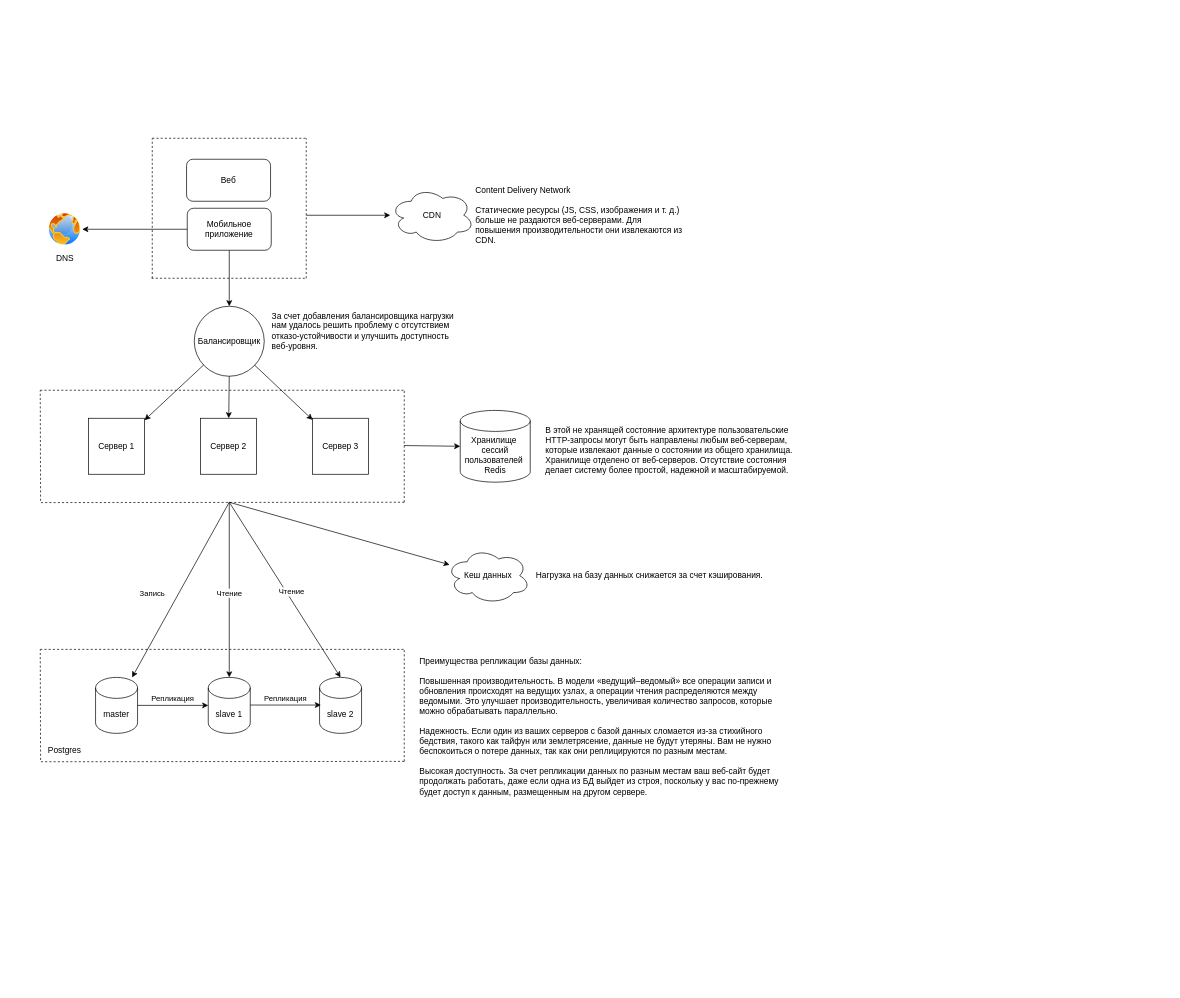
agorinenko/system-design-interview keeps this draw.io diagram as basic_architecture.drawio. Above is the earlier version. Source tidied: cells renumbered, new cells numbered last; positions are measured from the earlier drawing's top-left corner, leaving out a move shared by most shapes. Both pictures are drawn from the tidied source at 70%, with x=0, y=0 at pixel (40, 138). Pictures stored in the file or linked from it are replaced by grey dashed boxes.
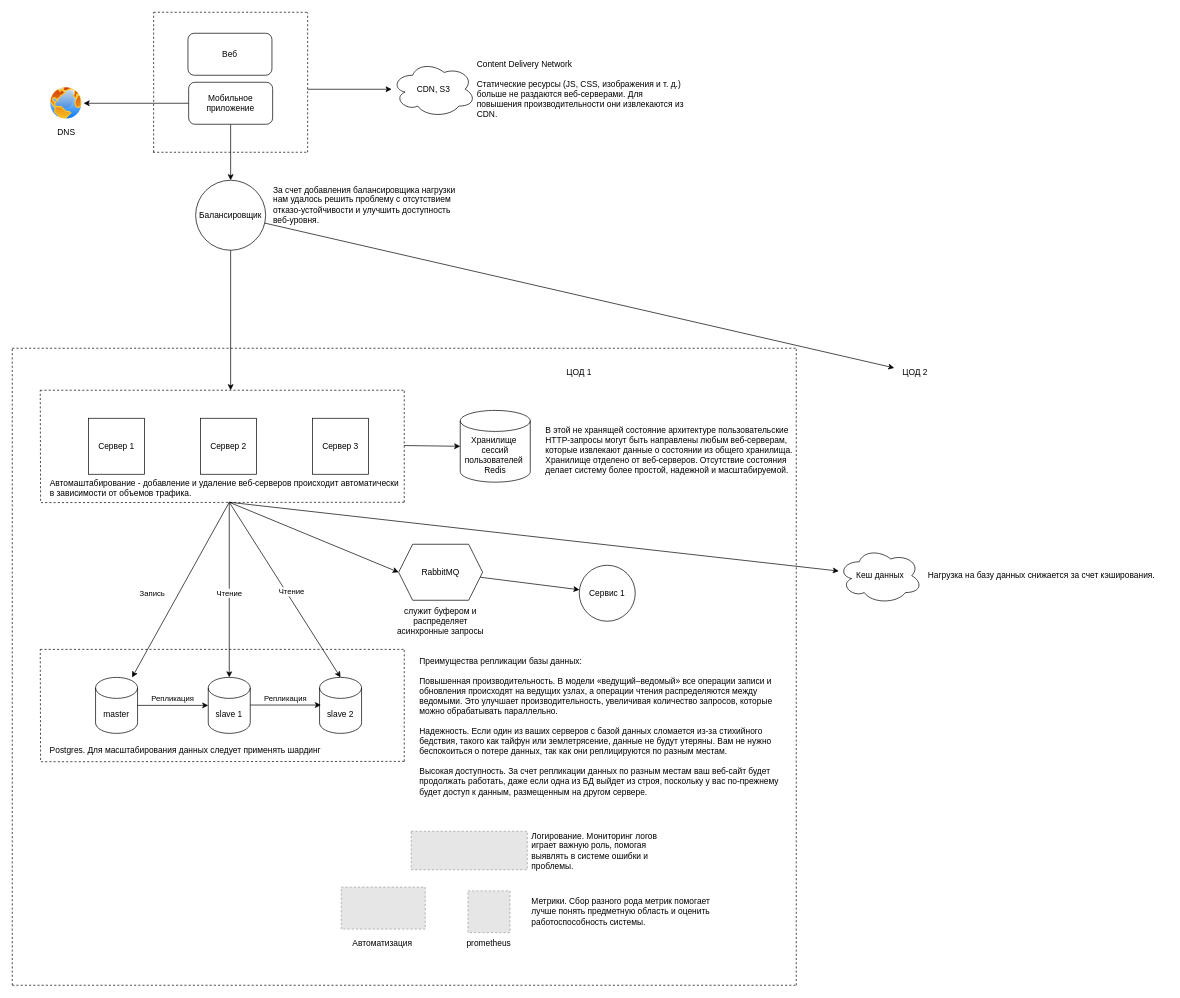
The same diagram, later.

The change refers to these unchanged cells:
```xml
<mxCell id="7" value="Сервер 1" style="whiteSpace=wrap;html=1;" parent="1" vertex="1">
  <mxGeometry x="69" y="400" width="80" height="80" as="geometry" />
</mxCell>
<mxCell id="9" value="Сервер 2" style="whiteSpace=wrap;html=1;" parent="1" vertex="1">
  <mxGeometry x="229" y="400" width="80" height="80" as="geometry" />
</mxCell>
<mxCell id="10" value="Сервер 3" style="whiteSpace=wrap;html=1;" parent="1" vertex="1">
  <mxGeometry x="389" y="400" width="80" height="80" as="geometry" />
</mxCell>
```

Change to the diagram source:
```diff
@@
     <mxCell id="2" value="DNS" style="image;perimeter=ellipsePerimeter;html=1;align=center;shadow=0;dashed=0;spacingTop=3;image=img/lib/active_directory/internet_globe.svg;" parent="1" vertex="1">
-      <mxGeometry x="10" y="105" width="50" height="50" as="geometry" />
+      <mxGeometry x="12" y="-75" width="50" height="50" as="geometry" />
     </mxCell>
@@
     <mxCell id="4" value="Балансировщик" style="ellipse;whiteSpace=wrap;html=1;" parent="1" vertex="1">
-      <mxGeometry x="220" y="240" width="100" height="100" as="geometry" />
+      <mxGeometry x="222" y="60" width="100" height="100" as="geometry" />
     </mxCell>
@@
     <mxCell id="6" value="Мобильное приложение" style="rounded=1;whiteSpace=wrap;html=1;" parent="1" vertex="1">
-      <mxGeometry x="210" y="100" width="120" height="60" as="geometry" />
+      <mxGeometry x="212" y="-80" width="120" height="60" as="geometry" />
     </mxCell>
@@
     <mxCell id="8" value="Веб" style="rounded=1;whiteSpace=wrap;html=1;" parent="1" vertex="1">
-      <mxGeometry x="209" y="30" width="120" height="60" as="geometry" />
+      <mxGeometry x="211" y="-150" width="120" height="60" as="geometry" />
     </mxCell>
@@
     <mxCell id="11" value="За счет добавления балансировщика нагрузки нам удалось решить проблему с отсутствием отказо-устойчивости и улучшить доступность веб-уровня." style="text;html=1;align=left;verticalAlign=middle;whiteSpace=wrap;rounded=0;" parent="1" vertex="1">
-      <mxGeometry x="329" y="240" width="280" height="70" as="geometry" />
+      <mxGeometry x="331" y="60" width="280" height="70" as="geometry" />
     </mxCell>
-    <mxCell id="12" style="endArrow=classic;html=1;rounded=0;" parent="1" edge="1" source="4" target="7">
-      <mxGeometry relative="1" as="geometry" />
-    </mxCell>
-    <mxCell id="13" style="endArrow=classic;html=1;rounded=0;" parent="1" edge="1" source="4" target="9">
-      <mxGeometry relative="1" as="geometry" />
+    <mxCell id="13" style="endArrow=classic;html=1;rounded=0;" parent="1" edge="1" source="4">
+      <mxGeometry relative="1" as="geometry">
+        <mxPoint x="272" y="360" as="targetPoint" />
+      </mxGeometry>
     </mxCell>
-    <mxCell id="14" style="endArrow=classic;html=1;rounded=0;" parent="1" edge="1" source="4" target="10">
-      <mxGeometry relative="1" as="geometry" />
-    </mxCell>
@@
-    <mxCell id="35" value="CDN" style="ellipse;shape=cloud;whiteSpace=wrap;html=1;" parent="1" vertex="1">
-      <mxGeometry x="500" y="70" width="120" height="80" as="geometry" />
+    <mxCell id="35" value="CDN, S3" style="ellipse;shape=cloud;whiteSpace=wrap;html=1;" parent="1" vertex="1">
+      <mxGeometry x="502" y="-110" width="120" height="80" as="geometry" />
     </mxCell>
     <mxCell id="36" value="Кеш данных" style="ellipse;shape=cloud;whiteSpace=wrap;html=1;" parent="1" vertex="1">
-      <mxGeometry x="580" y="585" width="120" height="80" as="geometry" />
+      <mxGeometry x="1140" y="585" width="120" height="80" as="geometry" />
     </mxCell>
     <mxCell id="37" style="endArrow=none;dashed=1;html=1;rounded=0;" parent="1" edge="1">
       <mxGeometry relative="1" as="geometry">
-        <mxPoint x="160" y="200" as="sourcePoint" />
-        <mxPoint x="160" as="targetPoint" />
+        <mxPoint x="162" y="20" as="sourcePoint" />
+        <mxPoint x="162" y="-180" as="targetPoint" />
       </mxGeometry>
     </mxCell>
     <mxCell id="38" style="endArrow=none;dashed=1;html=1;rounded=0;" parent="1" edge="1">
       <mxGeometry relative="1" as="geometry">
-        <mxPoint x="160" as="sourcePoint" />
-        <mxPoint x="380" as="targetPoint" />
+        <mxPoint x="162" y="-180" as="sourcePoint" />
+        <mxPoint x="382" y="-180" as="targetPoint" />
       </mxGeometry>
     </mxCell>
     <mxCell id="39" style="endArrow=none;dashed=1;html=1;rounded=0;" parent="1" edge="1">
       <mxGeometry relative="1" as="geometry">
-        <mxPoint x="380" y="200" as="sourcePoint" />
-        <mxPoint x="380" as="targetPoint" />
+        <mxPoint x="382" y="20" as="sourcePoint" />
+        <mxPoint x="382" y="-180" as="targetPoint" />
       </mxGeometry>
     </mxCell>
     <mxCell id="40" style="endArrow=none;dashed=1;html=1;rounded=0;" parent="1" edge="1">
       <mxGeometry relative="1" as="geometry">
-        <mxPoint x="159" y="200" as="sourcePoint" />
-        <mxPoint x="379" y="200" as="targetPoint" />
+        <mxPoint x="161" y="20" as="sourcePoint" />
+        <mxPoint x="381" y="20" as="targetPoint" />
       </mxGeometry>
     </mxCell>
     <mxCell id="41" style="endArrow=classic;html=1;rounded=0;" parent="1" edge="1" target="35">
       <mxGeometry relative="1" as="geometry">
-        <mxPoint x="380" y="110" as="sourcePoint" />
+        <mxPoint x="382" y="-70" as="sourcePoint" />
       </mxGeometry>
     </mxCell>
     <mxCell id="42" value="&lt;div&gt;Content Delivery Network&lt;br&gt;&lt;/div&gt;&lt;div&gt;&lt;br&gt;&lt;/div&gt;Статические ресурсы (JS, CSS, изображения и т. д.) больше не раздаются веб-серверами. Для повышения производительности они извлекаются из CDN." style="text;html=1;align=left;verticalAlign=middle;whiteSpace=wrap;rounded=0;" parent="1" vertex="1">
-      <mxGeometry x="620" y="57.5" width="303" height="105" as="geometry" />
+      <mxGeometry x="622" y="-122.5" width="303" height="105" as="geometry" />
     </mxCell>
@@
     <mxCell id="45" value="Нагрузка на базу данных снижается за счет кэширования." style="text;html=1;align=center;verticalAlign=middle;strokeColor=none;fillColor=none;" parent="1" vertex="1">
-      <mxGeometry x="690" y="610" width="360" height="30" as="geometry" />
+      <mxGeometry x="1250" y="610" width="360" height="30" as="geometry" />
     </mxCell>
-    <mxCell id="46" value="Postgres" style="text;html=1;align=center;verticalAlign=middle;whiteSpace=wrap;rounded=0;" parent="1" vertex="1">
-      <mxGeometry x="5" y="860" width="60" height="30" as="geometry" />
+    <mxCell id="46" value="Postgres. Для масштабирования данных следует применять шардинг" style="text;html=1;align=center;verticalAlign=middle;whiteSpace=wrap;rounded=0;" parent="1" vertex="1">
+      <mxGeometry x="5" y="860" width="405" height="30" as="geometry" />
     </mxCell>
@@
+    <mxCell id="49" value="Автомаштабирование - добавление и удаление веб-серверов происходит автоматически в зависимости от объемов трафика.&amp;nbsp;" style="text;html=1;align=left;verticalAlign=middle;whiteSpace=wrap;rounded=0;" parent="1" vertex="1">
+      <mxGeometry x="12" y="485" width="505" height="30" as="geometry" />
+    </mxCell>
+    <mxCell id="50" style="endArrow=none;dashed=1;html=1;rounded=0;" parent="1" edge="1">
+      <mxGeometry relative="1" as="geometry">
+        <mxPoint x="-40" y="1210" as="sourcePoint" />
+        <mxPoint x="-40" y="300" as="targetPoint" />
+      </mxGeometry>
+    </mxCell>
+    <mxCell id="51" style="endArrow=none;dashed=1;html=1;rounded=0;" parent="1" edge="1">
+      <mxGeometry relative="1" as="geometry">
+        <mxPoint x="1080" y="1210" as="sourcePoint" />
+        <mxPoint x="1080" y="300" as="targetPoint" />
+      </mxGeometry>
+    </mxCell>
+    <mxCell id="52" style="endArrow=none;dashed=1;html=1;rounded=0;" parent="1" edge="1">
+      <mxGeometry relative="1" as="geometry">
+        <mxPoint x="-40" y="300" as="sourcePoint" />
+        <mxPoint x="1080" y="300" as="targetPoint" />
+      </mxGeometry>
+    </mxCell>
+    <mxCell id="53" style="endArrow=none;dashed=1;html=1;rounded=0;" parent="1" edge="1">
+      <mxGeometry relative="1" as="geometry">
+        <mxPoint x="-40" y="1210" as="sourcePoint" />
+        <mxPoint x="1080" y="1210" as="targetPoint" />
+      </mxGeometry>
+    </mxCell>
+    <mxCell id="54" value="ЦОД 1" style="text;html=1;align=center;verticalAlign=middle;whiteSpace=wrap;rounded=0;" parent="1" vertex="1">
+      <mxGeometry x="740" y="320" width="60" height="30" as="geometry" />
+    </mxCell>
+    <mxCell id="55" value="ЦОД 2" style="text;html=1;align=center;verticalAlign=middle;whiteSpace=wrap;rounded=0;" parent="1" vertex="1">
+      <mxGeometry x="1220" y="320" width="60" height="30" as="geometry" />
+    </mxCell>
+    <mxCell id="56" style="endArrow=classic;html=1;rounded=0;" parent="1" edge="1" source="4" target="55">
+      <mxGeometry relative="1" as="geometry" />
+    </mxCell>
+    <mxCell id="57" value="RabbitMQ" style="shape=hexagon;perimeter=hexagonPerimeter2;whiteSpace=wrap;html=1;fixedSize=1;" parent="1" vertex="1">
+      <mxGeometry x="512" y="580" width="120" height="80" as="geometry" />
+    </mxCell>
+    <mxCell id="58" value="служит буфером и распределяет асинхронные запросы" style="text;html=1;align=center;verticalAlign=middle;whiteSpace=wrap;rounded=0;" parent="1" vertex="1">
+      <mxGeometry x="502" y="675" width="140" height="30" as="geometry" />
+    </mxCell>
+    <mxCell id="59" style="endArrow=classic;html=1;rounded=0;entryX=0;entryY=0.5;entryDx=0;entryDy=0;" parent="1" edge="1" target="57">
+      <mxGeometry relative="1" as="geometry">
+        <mxPoint x="270" y="520" as="sourcePoint" />
+      </mxGeometry>
+    </mxCell>
+    <mxCell id="60" style="fillColor=#E6E6E6;strokeColor=#999999;dashed=1;verticalLabelPosition=bottom;labelBackgroundColor=default;verticalAlign=top;" parent="1" vertex="1">
+      <mxGeometry x="530" y="990" width="165.8" height="55" as="geometry" />
+    </mxCell>
+    <mxCell id="61" value="Логирование. Мониторинг логов играет важную роль, помогая выявлять в системе ошибки и проблемы." style="text;html=1;align=left;verticalAlign=middle;whiteSpace=wrap;rounded=0;" parent="1" vertex="1">
+      <mxGeometry x="700" y="1002.5" width="220" height="30" as="geometry" />
+    </mxCell>
+    <mxCell id="62" value="Метрики. Сбор разного рода метрик помогает лучше понять предметную область и оценить работоспособность системы." style="text;html=1;align=left;verticalAlign=middle;whiteSpace=wrap;rounded=0;" parent="1" vertex="1">
+      <mxGeometry x="700" y="1090" width="270" height="30" as="geometry" />
+    </mxCell>
+    <mxCell id="63" style="fillColor=#E6E6E6;strokeColor=#999999;dashed=1;verticalLabelPosition=bottom;labelBackgroundColor=default;verticalAlign=top;" parent="1" vertex="1">
+      <mxGeometry x="611" y="1075.2" width="60.1" height="59.6" as="geometry" />
+    </mxCell>
+    <mxCell id="64" value="prometheus" style="text;html=1;align=center;verticalAlign=middle;whiteSpace=wrap;rounded=0;" parent="1" vertex="1">
+      <mxGeometry x="611" y="1135" width="60" height="30" as="geometry" />
+    </mxCell>
+    <mxCell id="65" value="Сервис 1" style="ellipse;whiteSpace=wrap;html=1;" parent="1" vertex="1">
+      <mxGeometry x="770" y="610" width="80" height="80" as="geometry" />
+    </mxCell>
+    <mxCell id="66" style="endArrow=classic;html=1;rounded=0;" parent="1" edge="1" source="57" target="65">
+      <mxGeometry relative="1" as="geometry" />
+    </mxCell>
+    <mxCell id="67" style="fillColor=#E6E6E6;strokeColor=#999999;dashed=1;verticalLabelPosition=bottom;labelBackgroundColor=default;verticalAlign=top;" parent="1" vertex="1">
+      <mxGeometry x="430" y="1069.8" width="120" height="60" as="geometry" />
+    </mxCell>
+    <mxCell id="68" value="Автоматизация" style="text;html=1;align=center;verticalAlign=middle;whiteSpace=wrap;rounded=0;" parent="1" vertex="1">
+      <mxGeometry x="459" y="1135" width="60" height="30" as="geometry" />
+    </mxCell>
```
